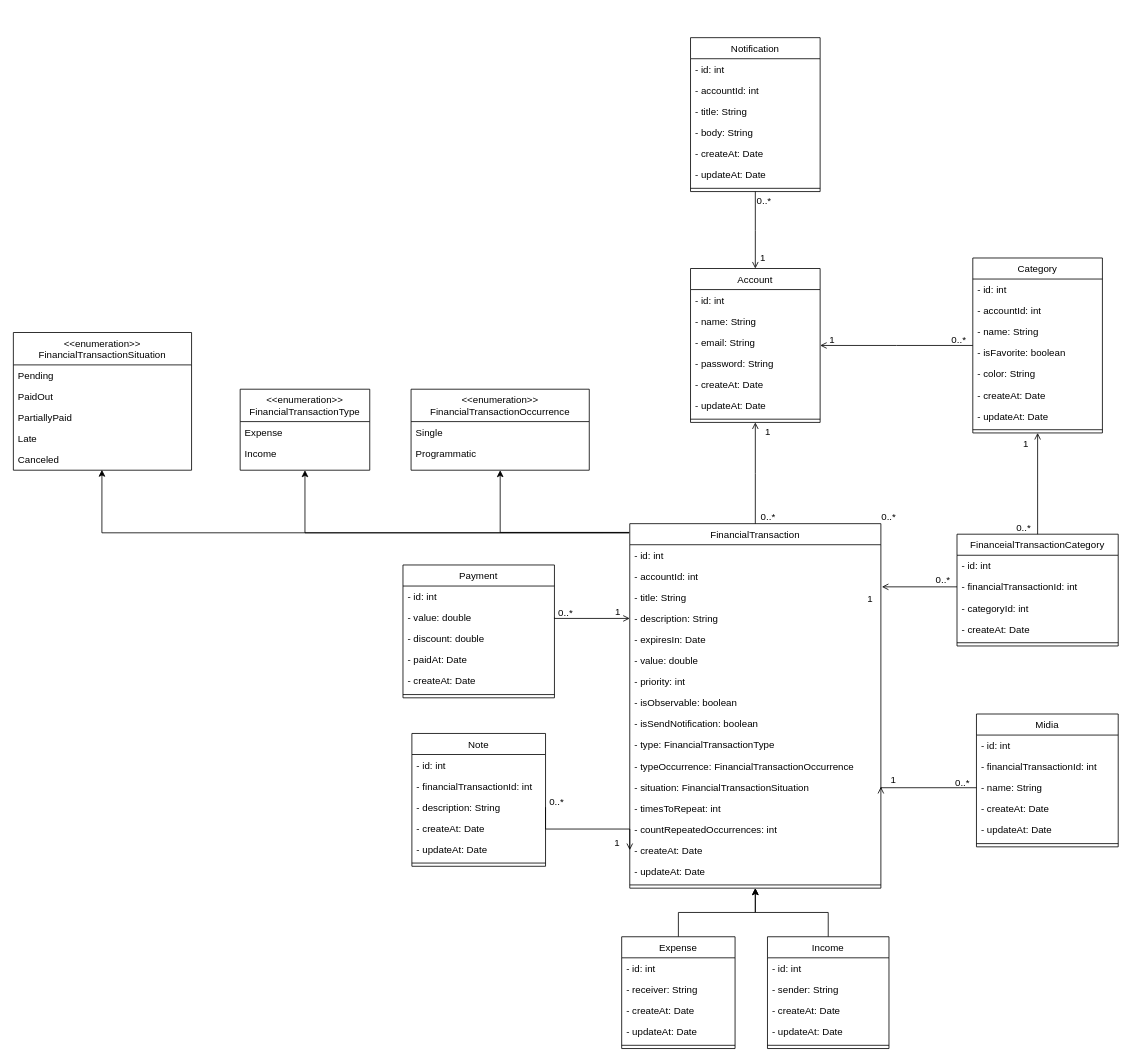
This is docs/class.diagram.drawio from Danrley-Ruan-Saquetti/esliph-finance, a draw.io file, before an edit. Source tidied: cells renumbered, new cells numbered last; positions are measured from the earlier drawing's top-left corner, leaving out a move shared by most shapes. Both pictures are drawn from the tidied source at 81%, with x=0, y=0 at pixel (13, 37).
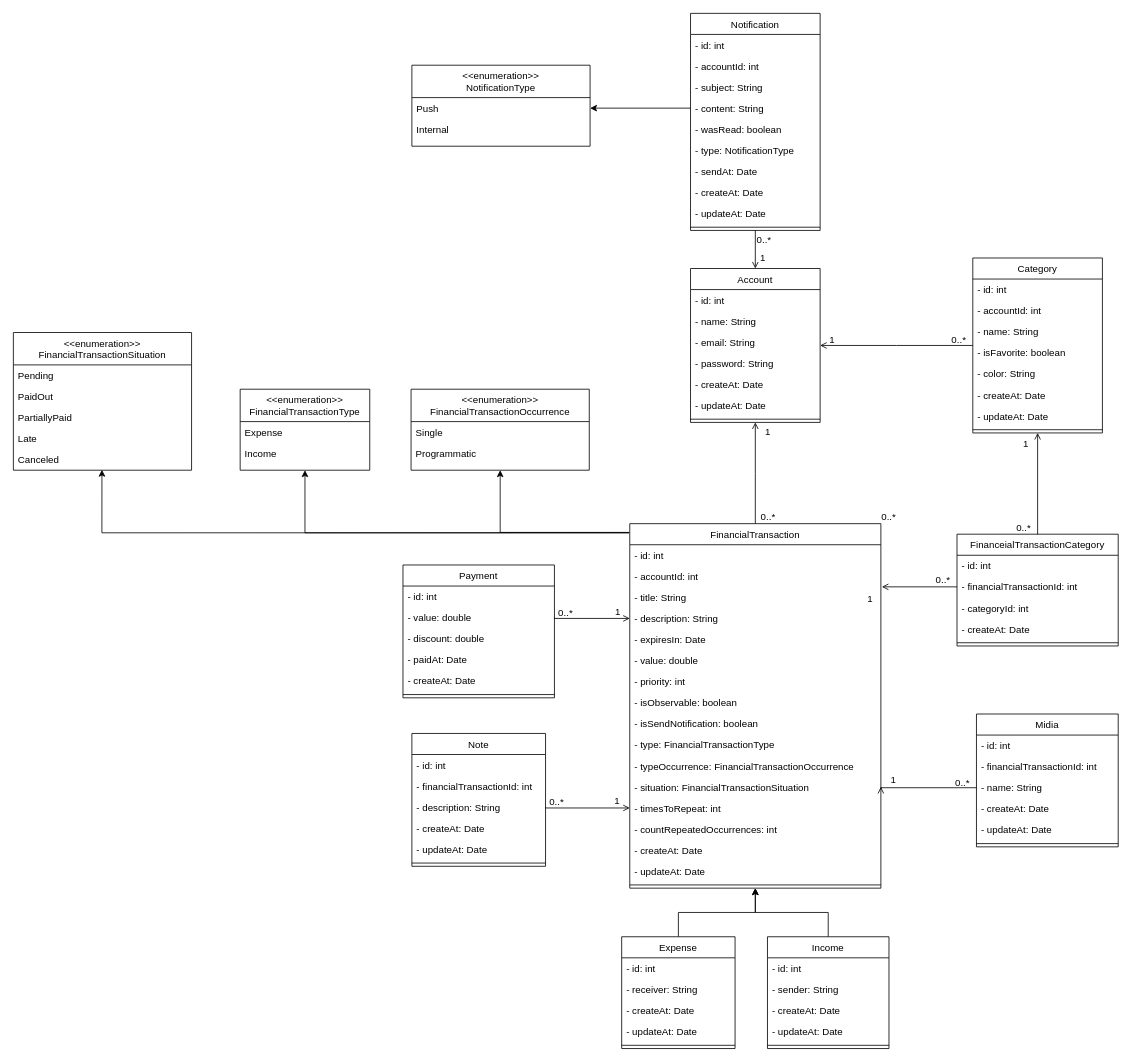
After the change.

Unchanged cells that the change refers to:
```xml
<mxCell id="38" value="- timesToRepeat: int" style="text;align=left;verticalAlign=top;spacingLeft=4;spacingRight=4;overflow=hidden;points=[[0,0.5],[1,0.5]];portConstraint=eastwest;rounded=0;shadow=0;html=0;" parent="25" vertex="1">
  <mxGeometry y="338" width="310" height="26" as="geometry" />
</mxCell>
<mxCell id="40" value="- createAt: Date" style="text;align=left;verticalAlign=top;spacingLeft=4;spacingRight=4;overflow=hidden;points=[[0,0.5],[1,0.5]];portConstraint=eastwest;rounded=0;shadow=0;html=0;" parent="25" vertex="1">
  <mxGeometry y="390" width="310" height="26" as="geometry" />
</mxCell>
<mxCell id="107" value="- description: String" style="text;align=left;verticalAlign=top;spacingLeft=4;spacingRight=4;overflow=hidden;points=[[0,0.5],[1,0.5]];portConstraint=eastwest;" parent="104" vertex="1">
  <mxGeometry y="78" width="165" height="26" as="geometry" />
</mxCell>
```

Diff of the diagram source:
```diff
@@
     <mxCell id="72" value="Notification" style="swimlane;fontStyle=0;align=center;verticalAlign=top;horizontal=1;startSize=26;rounded=0;shadow=0;strokeWidth=1;" parent="1" vertex="1">
-      <mxGeometry x="836" width="160" height="190" as="geometry" />
+      <mxGeometry x="836" y="-30" width="160" height="268" as="geometry" />
     </mxCell>
@@
-    <mxCell id="75" value="- title: String" style="text;align=left;verticalAlign=top;spacingLeft=4;spacingRight=4;overflow=hidden;" parent="72" vertex="1">
+    <mxCell id="75" value="- subject: String" style="text;align=left;verticalAlign=top;spacingLeft=4;spacingRight=4;overflow=hidden;" parent="72" vertex="1">
       <mxGeometry y="78" width="160" height="26" as="geometry" />
     </mxCell>
-    <mxCell id="76" value="- body: String" style="text;align=left;verticalAlign=top;spacingLeft=4;spacingRight=4;overflow=hidden;points=[[0,0.5],[1,0.5]];portConstraint=eastwest;rounded=0;shadow=0;html=0;" parent="72" vertex="1">
+    <mxCell id="76" value="- content: String" style="text;align=left;verticalAlign=top;spacingLeft=4;spacingRight=4;overflow=hidden;points=[[0,0.5],[1,0.5]];portConstraint=eastwest;rounded=0;shadow=0;html=0;" parent="72" vertex="1">
       <mxGeometry y="104" width="160" height="26" as="geometry" />
     </mxCell>
+    <mxCell id="126" value="- wasRead: boolean" style="text;align=left;verticalAlign=top;spacingLeft=4;spacingRight=4;overflow=hidden;rounded=0;shadow=0;html=0;" parent="72" vertex="1">
+      <mxGeometry y="130" width="160" height="26" as="geometry" />
+    </mxCell>
+    <mxCell id="127" value="- type: NotificationType" style="text;align=left;verticalAlign=top;spacingLeft=4;spacingRight=4;overflow=hidden;rounded=0;shadow=0;html=0;" parent="72" vertex="1">
+      <mxGeometry y="156" width="160" height="26" as="geometry" />
+    </mxCell>
+    <mxCell id="128" value="- sendAt: Date" style="text;align=left;verticalAlign=top;spacingLeft=4;spacingRight=4;overflow=hidden;rounded=0;shadow=0;html=0;" parent="72" vertex="1">
+      <mxGeometry y="182" width="160" height="26" as="geometry" />
+    </mxCell>
     <mxCell id="77" value="- createAt: Date" style="text;align=left;verticalAlign=top;spacingLeft=4;spacingRight=4;overflow=hidden;rounded=0;shadow=0;html=0;" parent="72" vertex="1">
-      <mxGeometry y="130" width="160" height="26" as="geometry" />
+      <mxGeometry y="208" width="160" height="26" as="geometry" />
     </mxCell>
     <mxCell id="78" value="- updateAt: Date" style="text;align=left;verticalAlign=top;spacingLeft=4;spacingRight=4;overflow=hidden;rounded=0;shadow=0;html=0;" parent="72" vertex="1">
-      <mxGeometry y="156" width="160" height="26" as="geometry" />
+      <mxGeometry y="234" width="160" height="26" as="geometry" />
     </mxCell>
     <mxCell id="79" style="line;html=1;strokeWidth=1;align=left;verticalAlign=middle;spacingTop=-1;spacingLeft=3;spacingRight=3;labelPosition=right;" parent="72" vertex="1">
-      <mxGeometry y="182" width="160" height="8" as="geometry" />
+      <mxGeometry y="260" width="160" height="8" as="geometry" />
     </mxCell>
@@
-    <mxCell id="111" style="endArrow=open;shadow=0;strokeWidth=1;rounded=0;endFill=1;edgeStyle=elbowEdgeStyle;elbow=vertical;exitX=1;exitY=0.5;exitDx=0;exitDy=0;entryX=0;entryY=0.5;entryDx=0;entryDy=0;" parent="1" edge="1" source="107" target="40">
+    <mxCell id="111" style="endArrow=open;shadow=0;strokeWidth=1;rounded=0;endFill=1;edgeStyle=elbowEdgeStyle;elbow=vertical;exitX=1;exitY=0.5;exitDx=0;exitDy=0;entryX=0;entryY=0.5;entryDx=0;entryDy=0;" parent="1" edge="1" source="107" target="38">
       <mxGeometry x="0.5" y="41" relative="1" as="geometry">
         <mxPoint x="-40" y="32" as="offset" />
       </mxGeometry>
     </mxCell>
@@
+    <mxCell id="129" value="&lt;&lt;enumeration&gt;&gt;&#10;NotificationType" style="swimlane;fontStyle=0;align=center;verticalAlign=top;horizontal=1;startSize=40;rounded=0;shadow=0;strokeWidth=1;" parent="1" vertex="1">
+      <mxGeometry x="492" y="34" width="220" height="100" as="geometry" />
+    </mxCell>
+    <mxCell id="130" value="Push" style="text;align=left;verticalAlign=top;spacingLeft=4;spacingRight=4;overflow=hidden;points=[[0,0.5],[1,0.5]];portConstraint=eastwest;" parent="129" vertex="1">
+      <mxGeometry y="40" width="220" height="26" as="geometry" />
+    </mxCell>
+    <mxCell id="131" value="Internal" style="text;align=left;verticalAlign=top;spacingLeft=4;spacingRight=4;overflow=hidden;" parent="129" vertex="1">
+      <mxGeometry y="66" width="220" height="26" as="geometry" />
+    </mxCell>
+    <mxCell id="132" style="edgeStyle=orthogonalEdgeStyle;rounded=0;jettySize=auto;html=1;entryX=1;entryY=0.5;entryDx=0;entryDy=0;exitX=0;exitY=0.5;exitDx=0;exitDy=0;" parent="1" edge="1" source="76" target="130">
+      <mxGeometry relative="1" as="geometry" />
+    </mxCell>
```
